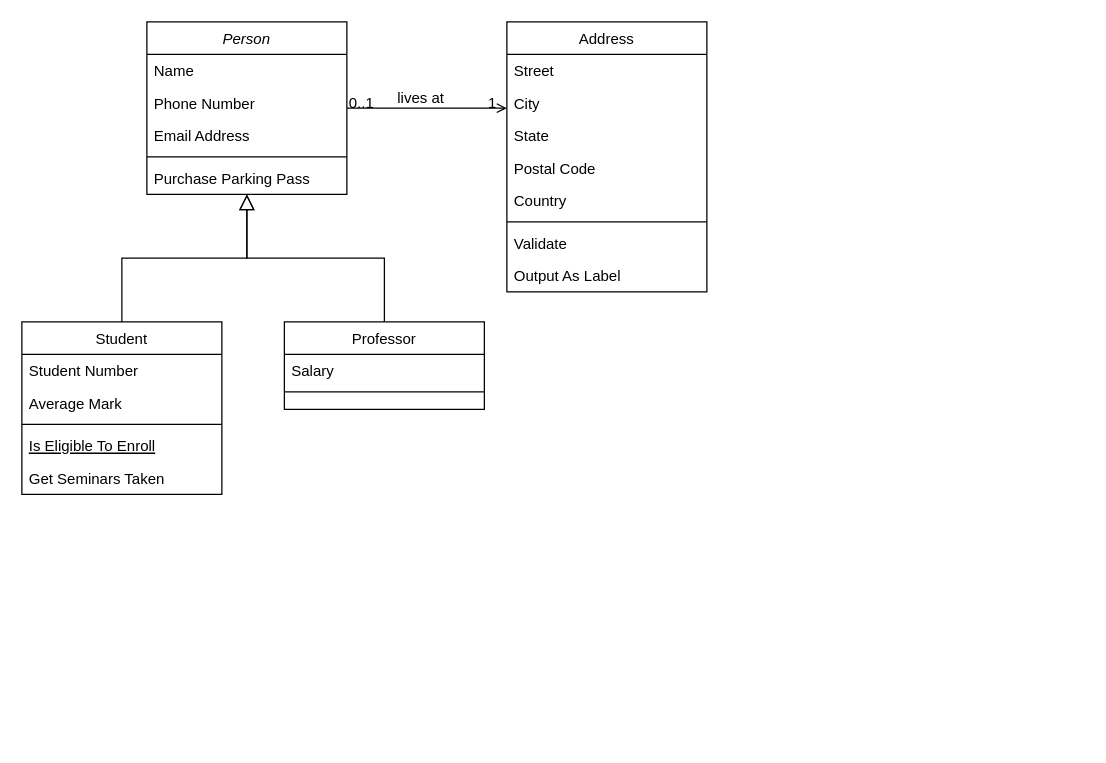
roy-aman/FoodOceanApp keeps this draw.io diagram as Food Ocean.drawio. Above is the earlier version. Source tidied: cells renumbered, new cells numbered last; positions are measured from the earlier drawing's top-left corner, leaving out a move shared by most shapes. Both pictures are drawn from the tidied source at 125%, with x=0, y=0 at pixel (21, 21).
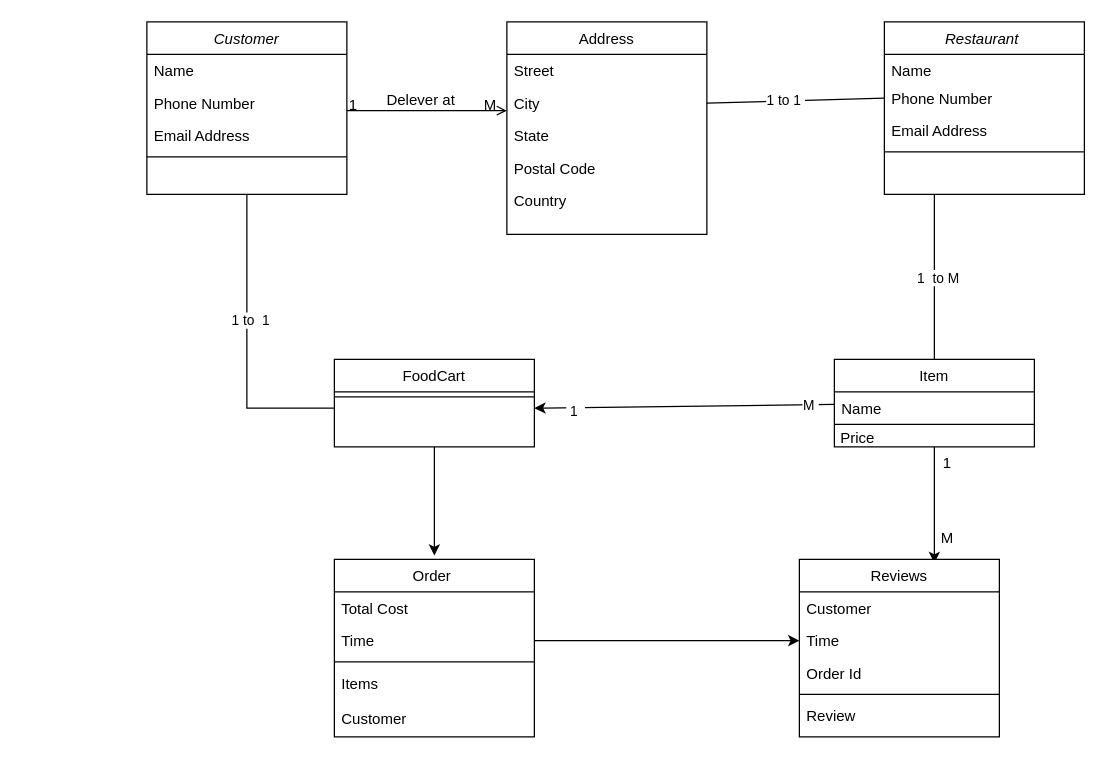
The same diagram, later.

Unchanged cells that the change refers to:
```xml
<mxCell id="21" value="City" style="text;align=left;verticalAlign=top;spacingLeft=4;spacingRight=4;overflow=hidden;points=[[0,0.5],[1,0.5]];portConstraint=eastwest;rounded=0;shadow=0;html=0;" parent="19" vertex="1">
  <mxGeometry y="52" width="160" height="26" as="geometry" />
</mxCell>
```

Change to the diagram source:
```diff
@@
-    <mxCell id="2" value="Person" style="swimlane;fontStyle=2;align=center;verticalAlign=top;horizontal=1;startSize=26;rounded=0;shadow=0;strokeWidth=1;" parent="1" vertex="1">
+    <mxCell id="2" value="Customer" style="swimlane;fontStyle=2;align=center;verticalAlign=top;horizontal=1;startSize=26;rounded=0;shadow=0;strokeWidth=1;" parent="1" vertex="1">
       <mxGeometry x="100" width="160" height="138" as="geometry" />
     </mxCell>
@@
-    <mxCell id="7" value="Purchase Parking Pass" style="text;align=left;verticalAlign=top;spacingLeft=4;spacingRight=4;overflow=hidden;" parent="2" vertex="1">
-      <mxGeometry y="112" width="160" height="26" as="geometry" />
-    </mxCell>
-    <mxCell id="8" value="Student" style="swimlane;fontStyle=0;align=center;verticalAlign=top;horizontal=1;startSize=26;rounded=0;shadow=0;strokeWidth=1;" parent="1" vertex="1">
-      <mxGeometry y="240" width="160" height="138" as="geometry" />
+    <mxCell id="8" value="Order " style="swimlane;fontStyle=0;align=center;verticalAlign=top;horizontal=1;startSize=26;rounded=0;shadow=0;strokeWidth=1;" parent="1" vertex="1">
+      <mxGeometry x="250" y="430" width="160" height="142" as="geometry" />
     </mxCell>
-    <mxCell id="9" value="Student Number" style="text;align=left;verticalAlign=top;spacingLeft=4;spacingRight=4;overflow=hidden;" parent="8" vertex="1">
+    <mxCell id="9" value="Total Cost " style="text;align=left;verticalAlign=top;spacingLeft=4;spacingRight=4;overflow=hidden;" parent="8" vertex="1">
       <mxGeometry y="26" width="160" height="26" as="geometry" />
     </mxCell>
-    <mxCell id="10" value="Average Mark" style="text;align=left;verticalAlign=top;spacingLeft=4;spacingRight=4;overflow=hidden;points=[[0,0.5],[1,0.5]];portConstraint=eastwest;rounded=0;shadow=0;html=0;" parent="8" vertex="1">
+    <mxCell id="10" value="Time " style="text;align=left;verticalAlign=top;spacingLeft=4;spacingRight=4;overflow=hidden;points=[[0,0.5],[1,0.5]];portConstraint=eastwest;rounded=0;shadow=0;html=0;" parent="8" vertex="1">
       <mxGeometry y="52" width="160" height="26" as="geometry" />
     </mxCell>
@@
-    <mxCell id="12" value="Is Eligible To Enroll" style="text;align=left;verticalAlign=top;spacingLeft=4;spacingRight=4;overflow=hidden;fontStyle=4;" parent="8" vertex="1">
-      <mxGeometry y="86" width="160" height="26" as="geometry" />
-    </mxCell>
-    <mxCell id="13" value="Get Seminars Taken" style="text;align=left;verticalAlign=top;spacingLeft=4;spacingRight=4;overflow=hidden;" parent="8" vertex="1">
-      <mxGeometry y="112" width="160" height="26" as="geometry" />
+    <mxCell id="13" value="Items" style="text;align=left;verticalAlign=top;spacingLeft=4;spacingRight=4;overflow=hidden;" parent="8" vertex="1">
+      <mxGeometry y="86" width="160" height="28" as="geometry" />
     </mxCell>
-    <mxCell id="14" style="endArrow=block;endSize=10;endFill=0;shadow=0;strokeWidth=1;rounded=0;edgeStyle=elbowEdgeStyle;elbow=vertical;" parent="1" edge="1" source="8" target="2">
-      <mxGeometry relative="1" as="geometry" />
-    </mxCell>
+    <mxCell id="32" value="Customer" style="text;align=left;verticalAlign=top;spacingLeft=4;spacingRight=4;overflow=hidden;" parent="8" vertex="1">
+      <mxGeometry y="114" width="160" height="28" as="geometry" />
+    </mxCell>
+    <mxCell id="33" style="edgeStyle=none;rounded=0;jettySize=auto;html=1;" parent="1" edge="1" source="15">
+      <mxGeometry relative="1" as="geometry">
+        <mxPoint x="330" y="427" as="targetPoint" />
+      </mxGeometry>
+    </mxCell>
-    <mxCell id="15" value="Professor" style="swimlane;fontStyle=0;align=center;verticalAlign=top;horizontal=1;startSize=26;rounded=0;shadow=0;strokeWidth=1;" parent="1" vertex="1">
-      <mxGeometry x="210" y="240" width="160" height="70" as="geometry" />
+    <mxCell id="15" value="FoodCart" style="swimlane;fontStyle=0;align=center;verticalAlign=top;horizontal=1;startSize=26;rounded=0;shadow=0;strokeWidth=1;" parent="1" vertex="1">
+      <mxGeometry x="250" y="270" width="160" height="70" as="geometry" />
     </mxCell>
-    <mxCell id="16" value="Salary" style="text;align=left;verticalAlign=top;spacingLeft=4;spacingRight=4;overflow=hidden;" parent="15" vertex="1">
-      <mxGeometry y="26" width="160" height="26" as="geometry" />
-    </mxCell>
     <mxCell id="17" style="line;html=1;strokeWidth=1;align=left;verticalAlign=middle;spacingTop=-1;spacingLeft=3;spacingRight=3;labelPosition=right;" parent="15" vertex="1">
-      <mxGeometry y="52" width="160" height="8" as="geometry" />
+      <mxGeometry y="26" width="160" height="8" as="geometry" />
     </mxCell>
-    <mxCell id="18" style="endArrow=block;endSize=10;endFill=0;shadow=0;strokeWidth=1;rounded=0;edgeStyle=elbowEdgeStyle;elbow=vertical;" parent="1" edge="1" source="15" target="2">
-      <mxGeometry relative="1" as="geometry" />
-    </mxCell>
     <mxCell id="19" value="Address" style="swimlane;fontStyle=0;align=center;verticalAlign=top;horizontal=1;startSize=26;rounded=0;shadow=0;strokeWidth=1;" parent="1" vertex="1">
-      <mxGeometry x="388" width="160" height="216" as="geometry" />
+      <mxGeometry x="388" width="160" height="170" as="geometry" />
     </mxCell>
@@
-    <mxCell id="25" style="line;html=1;strokeWidth=1;align=left;verticalAlign=middle;spacingTop=-1;spacingLeft=3;spacingRight=3;labelPosition=right;" parent="19" vertex="1">
-      <mxGeometry y="156" width="160" height="8" as="geometry" />
-    </mxCell>
-    <mxCell id="26" value="Validate" style="text;align=left;verticalAlign=top;spacingLeft=4;spacingRight=4;overflow=hidden;" parent="19" vertex="1">
-      <mxGeometry y="164" width="160" height="26" as="geometry" />
-    </mxCell>
-    <mxCell id="27" value="Output As Label" style="text;align=left;verticalAlign=top;spacingLeft=4;spacingRight=4;overflow=hidden;" parent="19" vertex="1">
-      <mxGeometry y="190" width="160" height="26" as="geometry" />
-    </mxCell>
-    <mxCell id="28" style="endArrow=open;shadow=0;strokeWidth=1;rounded=0;endFill=1;edgeStyle=elbowEdgeStyle;elbow=vertical;" parent="1" edge="1" source="2" target="19">
+    <mxCell id="28" style="endArrow=open;shadow=0;strokeWidth=1;rounded=0;endFill=1;edgeStyle=elbowEdgeStyle;elbow=vertical;" parent="1" edge="1">
       <mxGeometry x="0.5" y="41" relative="1" as="geometry">
+        <mxPoint x="260" y="71" as="sourcePoint" />
+        <mxPoint x="388" y="71" as="targetPoint" />
         <mxPoint x="-40" y="32" as="offset" />
       </mxGeometry>
     </mxCell>
-    <mxCell id="29" value="0..1" style="align=left;verticalAlign=bottom;labelBackgroundColor=none;fontSize=12;" parent="28" vertex="1">
+    <mxCell id="29" value="1" style="align=left;verticalAlign=bottom;labelBackgroundColor=none;fontSize=12;" parent="28" vertex="1">
       <mxGeometry x="-1" relative="1" as="geometry">
         <mxPoint y="4" as="offset" />
       </mxGeometry>
     </mxCell>
-    <mxCell id="30" value="1" style="align=right;verticalAlign=bottom;labelBackgroundColor=none;fontSize=12;" parent="28" vertex="1">
+    <mxCell id="30" value="M" style="align=right;verticalAlign=bottom;labelBackgroundColor=none;fontSize=12;" parent="28" vertex="1">
       <mxGeometry x="1" relative="1" as="geometry">
         <mxPoint x="-7" y="4" as="offset" />
       </mxGeometry>
     </mxCell>
-    <mxCell id="31" value="lives at" style="text;html=1;align=center;verticalAlign=middle;labelBackgroundColor=none;rounded=0;shadow=0;strokeWidth=1;fontSize=12;" parent="28" vertex="1">
+    <mxCell id="31" value="Delever at" style="text;html=1;align=center;verticalAlign=middle;labelBackgroundColor=none;rounded=0;shadow=0;strokeWidth=1;fontSize=12;" parent="28" vertex="1">
       <mxGeometry x="0.5" y="49" relative="1" as="geometry">
         <mxPoint x="-38" y="40" as="offset" />
       </mxGeometry>
     </mxCell>
+    <mxCell id="34" value="Restaurant " style="swimlane;fontStyle=2;align=center;verticalAlign=top;horizontal=1;startSize=26;rounded=0;shadow=0;strokeWidth=1;" parent="1" vertex="1">
+      <mxGeometry x="690" width="160" height="138" as="geometry" />
+    </mxCell>
+    <mxCell id="35" value="Name" style="text;align=left;verticalAlign=top;spacingLeft=4;spacingRight=4;overflow=hidden;" parent="34" vertex="1">
+      <mxGeometry y="26" width="160" height="22" as="geometry" />
+    </mxCell>
+    <mxCell id="36" value="Phone Number" style="text;align=left;verticalAlign=top;spacingLeft=4;spacingRight=4;overflow=hidden;points=[[0,0.5],[1,0.5]];portConstraint=eastwest;rounded=0;shadow=0;html=0;" parent="34" vertex="1">
+      <mxGeometry y="48" width="160" height="26" as="geometry" />
+    </mxCell>
+    <mxCell id="37" value="Email Address" style="text;align=left;verticalAlign=top;spacingLeft=4;spacingRight=4;overflow=hidden;rounded=0;shadow=0;html=0;" parent="34" vertex="1">
+      <mxGeometry y="74" width="160" height="26" as="geometry" />
+    </mxCell>
+    <mxCell id="38" style="line;html=1;strokeWidth=1;align=left;verticalAlign=middle;spacingTop=-1;spacingLeft=3;spacingRight=3;labelPosition=right;" parent="34" vertex="1">
+      <mxGeometry y="100" width="160" height="8" as="geometry" />
+    </mxCell>
+    <mxCell id="39" style="endArrow=none;html=1;rounded=0;entryX=0;entryY=0.5;entryDx=0;entryDy=0;exitX=1;exitY=0.5;exitDx=0;exitDy=0;" parent="1" edge="1" source="21" target="36">
+      <mxGeometry relative="1" as="geometry" />
+    </mxCell>
+    <mxCell id="40" value="1 to 1&amp;nbsp;" style="edgeLabel;html=1;align=center;verticalAlign=middle;" parent="39" vertex="1">
+      <mxGeometry x="-0.12" y="1" relative="1" as="geometry" />
+    </mxCell>
+    <mxCell id="41" style="edgeStyle=none;rounded=0;jettySize=auto;html=1;entryX=1;entryY=0.5;entryDx=0;entryDy=0;" parent="1" edge="1" source="45">
+      <mxGeometry relative="1" as="geometry">
+        <mxPoint x="410" y="309" as="targetPoint" />
+      </mxGeometry>
+    </mxCell>
+    <mxCell id="42" value="&amp;nbsp;1&amp;nbsp;&amp;nbsp;" style="edgeLabel;html=1;align=center;verticalAlign=middle;" parent="41" vertex="1">
+      <mxGeometry x="0.73" y="3" relative="1" as="geometry" />
+    </mxCell>
+    <mxCell id="43" value="M&amp;nbsp;" style="edgeLabel;html=1;align=center;verticalAlign=middle;" parent="41" vertex="1">
+      <mxGeometry x="-0.87" relative="1" as="geometry">
+        <mxPoint x="-4" as="offset" />
+      </mxGeometry>
+    </mxCell>
+    <mxCell id="44" style="edgeStyle=none;rounded=0;jettySize=auto;html=1;entryX=0.675;entryY=0.021;entryDx=0;entryDy=0;entryPerimeter=0;" parent="1" edge="1" source="45" target="53">
+      <mxGeometry relative="1" as="geometry" />
+    </mxCell>
+    <mxCell id="45" value="Item&#10;" style="swimlane;fontStyle=0;align=center;verticalAlign=top;horizontal=1;startSize=26;rounded=0;shadow=0;strokeWidth=1;" parent="1" vertex="1">
+      <mxGeometry x="650" y="270" width="160" height="70" as="geometry" />
+    </mxCell>
+    <mxCell id="46" value="Name &#10;" style="text;align=left;verticalAlign=top;spacingLeft=4;spacingRight=4;overflow=hidden;" parent="45" vertex="1">
+      <mxGeometry y="26" width="160" height="22" as="geometry" />
+    </mxCell>
+    <mxCell id="47" style="line;html=1;strokeWidth=1;align=left;verticalAlign=middle;spacingTop=-1;spacingLeft=3;spacingRight=3;labelPosition=right;" parent="45" vertex="1">
+      <mxGeometry y="48" width="160" height="8" as="geometry" />
+    </mxCell>
+    <mxCell id="48" style="endArrow=none;html=1;rounded=0;exitX=0.25;exitY=1;exitDx=0;exitDy=0;" parent="1" edge="1" source="34" target="45">
+      <mxGeometry relative="1" as="geometry" />
+    </mxCell>
+    <mxCell id="49" value="&amp;nbsp;1&amp;nbsp; to M&amp;nbsp;" style="edgeLabel;html=1;align=center;verticalAlign=middle;" parent="48" vertex="1">
+      <mxGeometry y="2" relative="1" as="geometry" />
+    </mxCell>
+    <mxCell id="50" style="endArrow=none;html=1;rounded=0;entryX=0.5;entryY=1;entryDx=0;entryDy=0;exitX=0;exitY=0.5;exitDx=0;exitDy=0;edgeStyle=elbowEdgeStyle;" parent="1" edge="1" target="2">
+      <mxGeometry relative="1" as="geometry">
+        <mxPoint x="250" y="309" as="sourcePoint" />
+        <Array as="points">
+          <mxPoint x="180" y="240" />
+        </Array>
+      </mxGeometry>
+    </mxCell>
+    <mxCell id="51" value="&amp;nbsp; 1 to&amp;nbsp; 1&amp;nbsp;&amp;nbsp;" style="edgeLabel;html=1;align=center;verticalAlign=middle;" parent="50" vertex="1">
+      <mxGeometry x="0.17" y="-2" relative="1" as="geometry" />
+    </mxCell>
+    <mxCell id="52" value="Price&amp;nbsp;" style="text;html=1;align=center;verticalAlign=middle;strokeColor=none;fillColor=none;" parent="1" vertex="1">
+      <mxGeometry x="645" y="318" width="50" height="30" as="geometry" />
+    </mxCell>
+    <mxCell id="53" value="Reviews" style="swimlane;fontStyle=0;align=center;verticalAlign=top;horizontal=1;startSize=26;rounded=0;shadow=0;strokeWidth=1;" parent="1" vertex="1">
+      <mxGeometry x="622" y="430" width="160" height="142" as="geometry" />
+    </mxCell>
+    <mxCell id="54" value="Customer " style="text;align=left;verticalAlign=top;spacingLeft=4;spacingRight=4;overflow=hidden;" parent="53" vertex="1">
+      <mxGeometry y="26" width="160" height="26" as="geometry" />
+    </mxCell>
+    <mxCell id="55" value="Time " style="text;align=left;verticalAlign=top;spacingLeft=4;spacingRight=4;overflow=hidden;points=[[0,0.5],[1,0.5]];portConstraint=eastwest;rounded=0;shadow=0;html=0;" parent="53" vertex="1">
+      <mxGeometry y="52" width="160" height="26" as="geometry" />
+    </mxCell>
+    <mxCell id="56" value="Order Id" style="text;align=left;verticalAlign=top;spacingLeft=4;spacingRight=4;overflow=hidden;rounded=0;shadow=0;html=0;" parent="53" vertex="1">
+      <mxGeometry y="78" width="160" height="26" as="geometry" />
+    </mxCell>
+    <mxCell id="57" style="line;html=1;strokeWidth=1;align=left;verticalAlign=middle;spacingTop=-1;spacingLeft=3;spacingRight=3;labelPosition=right;" parent="53" vertex="1">
+      <mxGeometry y="104" width="160" height="8" as="geometry" />
+    </mxCell>
+    <mxCell id="58" value="Review " style="text;align=left;verticalAlign=top;spacingLeft=4;spacingRight=4;overflow=hidden;" parent="53" vertex="1">
+      <mxGeometry y="112" width="160" height="28" as="geometry" />
+    </mxCell>
+    <mxCell id="59" value="1" style="text;html=1;align=center;verticalAlign=middle;strokeColor=none;fillColor=none;" parent="1" vertex="1">
+      <mxGeometry x="725" y="338" width="30" height="30" as="geometry" />
+    </mxCell>
+    <mxCell id="60" value="M" style="text;html=1;align=center;verticalAlign=middle;strokeColor=none;fillColor=none;" parent="1" vertex="1">
+      <mxGeometry x="725" y="398" width="30" height="30" as="geometry" />
+    </mxCell>
+    <mxCell id="61" style="edgeStyle=none;rounded=0;jettySize=auto;html=1;entryX=0;entryY=0.5;entryDx=0;entryDy=0;exitX=1;exitY=0.5;exitDx=0;exitDy=0;" parent="1" edge="1" source="10" target="55">
+      <mxGeometry relative="1" as="geometry" />
+    </mxCell>
```
